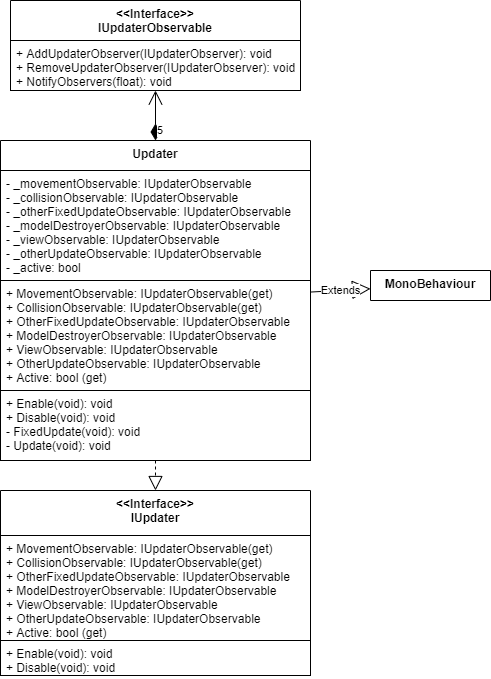
Earlier version of the draw.io export Other/Diagrams/Update/Update.png (Kkamikadzee/Asteroids). Source tidied: cells renumbered, new cells last; positions are measured from the earlier drawing's top-left corner, leaving out a move shared by most shapes.
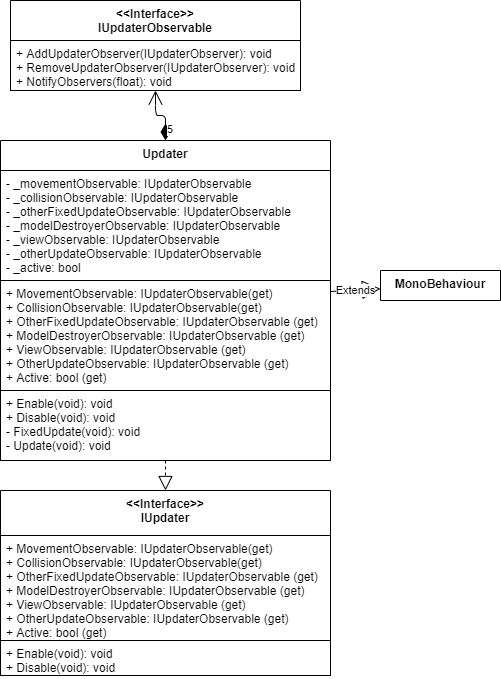
The same file after the commit.

Diff of the diagram source:
```diff
@@ -8,6 +8,9 @@
     <mxCell id="3" value="5&lt;br&gt;" style="endArrow=open;html=1;endSize=12;startArrow=diamondThin;startSize=14;startFill=1;edgeStyle=orthogonalEdgeStyle;align=left;verticalAlign=bottom;" parent="1" edge="1" source="9" target="4">
       <mxGeometry x="-0.94" relative="1" as="geometry" />
     </mxCell>
+    <mxCell id="13" value="MonoBehaviour" style="swimlane;fontStyle=1;align=center;verticalAlign=top;horizontal=1;startSize=30;" parent="1" vertex="1" collapsed="1">
+      <mxGeometry x="380" y="270" width="120" height="30" as="geometry" />
+    </mxCell>
     <mxCell id="4" value="&lt;&lt;Interface&gt;&gt;&#10;IUpdaterObservable" style="swimlane;fontStyle=1;align=center;verticalAlign=top;horizontal=1;startSize=40;spacing=2;" parent="1" vertex="1">
       <mxGeometry x="10" width="290" height="90" as="geometry" />
     </mxCell>
@@ -15,29 +18,26 @@
       <mxGeometry y="40" width="290" height="50" as="geometry" />
     </mxCell>
     <mxCell id="6" value="&lt;&lt;Interface&gt;&gt;&#10;IUpdater" style="swimlane;fontStyle=1;align=center;verticalAlign=top;horizontal=1;startSize=45;spacing=2;" parent="1" vertex="1">
-      <mxGeometry y="490" width="310" height="185" as="geometry" />
+      <mxGeometry y="490" width="330" height="185" as="geometry" />
     </mxCell>
-    <mxCell id="7" value="+ MovementObservable: IUpdaterObservable(get)&#10;+ CollisionObservable: IUpdaterObservable(get)&#10;+ OtherFixedUpdateObservable: IUpdaterObservable&#10;+ ModelDestroyerObservable: IUpdaterObservable&#10;+ ViewObservable: IUpdaterObservable&#10;+ OtherUpdateObservable: IUpdaterObservable&#10;+ Active: bool (get)" style="text;fillColor=none;align=left;verticalAlign=top;spacingLeft=4;spacingRight=4;overflow=hidden;strokeColor=#000000;" parent="6" vertex="1">
-      <mxGeometry y="45" width="310" height="105" as="geometry" />
+    <mxCell id="7" value="+ MovementObservable: IUpdaterObservable(get)&#10;+ CollisionObservable: IUpdaterObservable(get)&#10;+ OtherFixedUpdateObservable: IUpdaterObservable (get)&#10;+ ModelDestroyerObservable: IUpdaterObservable (get)&#10;+ ViewObservable: IUpdaterObservable (get)&#10;+ OtherUpdateObservable: IUpdaterObservable (get)&#10;+ Active: bool (get)" style="text;fillColor=none;align=left;verticalAlign=top;spacingLeft=4;spacingRight=4;overflow=hidden;strokeColor=#000000;" parent="6" vertex="1">
+      <mxGeometry y="45" width="330" height="105" as="geometry" />
     </mxCell>
     <mxCell id="8" value="+ Enable(void): void&#10;+ Disable(void): void" style="text;fillColor=none;align=left;verticalAlign=top;spacingLeft=4;spacingRight=4;overflow=hidden;strokeColor=#000000;" parent="6" vertex="1">
-      <mxGeometry y="150" width="310" height="35" as="geometry" />
+      <mxGeometry y="150" width="330" height="35" as="geometry" />
     </mxCell>
     <mxCell id="9" value="Updater" style="swimlane;fontStyle=1;align=center;verticalAlign=top;horizontal=1;startSize=30;spacing=2;" parent="1" vertex="1">
-      <mxGeometry y="140" width="310" height="320" as="geometry" />
+      <mxGeometry y="140" width="330" height="320" as="geometry" />
     </mxCell>
     <mxCell id="10" value="- _movementObservable: IUpdaterObservable&#10;- _collisionObservable: IUpdaterObservable&#10;- _otherFixedUpdateObservable: IUpdaterObservable&#10;- _modelDestroyerObservable: IUpdaterObservable&#10;- _viewObservable: IUpdaterObservable&#10;- _otherUpdateObservable: IUpdaterObservable&#10;- _active: bool&#10;" style="text;fillColor=none;align=left;verticalAlign=top;spacingLeft=4;spacingRight=4;overflow=hidden;strokeColor=#000000;" parent="9" vertex="1">
-      <mxGeometry y="30" width="310" height="110" as="geometry" />
+      <mxGeometry y="30" width="330" height="110" as="geometry" />
     </mxCell>
-    <mxCell id="11" value="+ MovementObservable: IUpdaterObservable(get)&#10;+ CollisionObservable: IUpdaterObservable(get)&#10;+ OtherFixedUpdateObservable: IUpdaterObservable&#10;+ ModelDestroyerObservable: IUpdaterObservable&#10;+ ViewObservable: IUpdaterObservable&#10;+ OtherUpdateObservable: IUpdaterObservable&#10;+ Active: bool (get)" style="text;fillColor=none;align=left;verticalAlign=top;spacingLeft=4;spacingRight=4;overflow=hidden;strokeColor=#000000;" parent="9" vertex="1">
-      <mxGeometry y="140" width="310" height="110" as="geometry" />
+    <mxCell id="11" value="+ MovementObservable: IUpdaterObservable(get)&#10;+ CollisionObservable: IUpdaterObservable(get)&#10;+ OtherFixedUpdateObservable: IUpdaterObservable (get)&#10;+ ModelDestroyerObservable: IUpdaterObservable (get)&#10;+ ViewObservable: IUpdaterObservable (get)&#10;+ OtherUpdateObservable: IUpdaterObservable (get)&#10;+ Active: bool (get)" style="text;fillColor=none;align=left;verticalAlign=top;spacingLeft=4;spacingRight=4;overflow=hidden;strokeColor=#000000;" parent="9" vertex="1">
+      <mxGeometry y="140" width="330" height="110" as="geometry" />
     </mxCell>
     <mxCell id="12" value="+ Enable(void): void&#10;+ Disable(void): void&#10;- FixedUpdate(void): void&#10;- Update(void): void" style="text;fillColor=none;align=left;verticalAlign=top;spacingLeft=4;spacingRight=4;overflow=hidden;strokeColor=#000000;" parent="9" vertex="1">
-      <mxGeometry y="250" width="310" height="70" as="geometry" />
+      <mxGeometry y="250" width="330" height="70" as="geometry" />
     </mxCell>
-    <mxCell id="13" value="MonoBehaviour" style="swimlane;fontStyle=1;align=center;verticalAlign=top;horizontal=1;startSize=30;" parent="1" vertex="1" collapsed="1">
-      <mxGeometry x="370" y="270" width="120" height="30" as="geometry" />
-    </mxCell>
     <mxCell id="14" style="endArrow=block;dashed=1;endFill=0;endSize=12;html=1;" parent="1" edge="1" source="9" target="6">
       <mxGeometry relative="1" as="geometry" />
     </mxCell>
```
